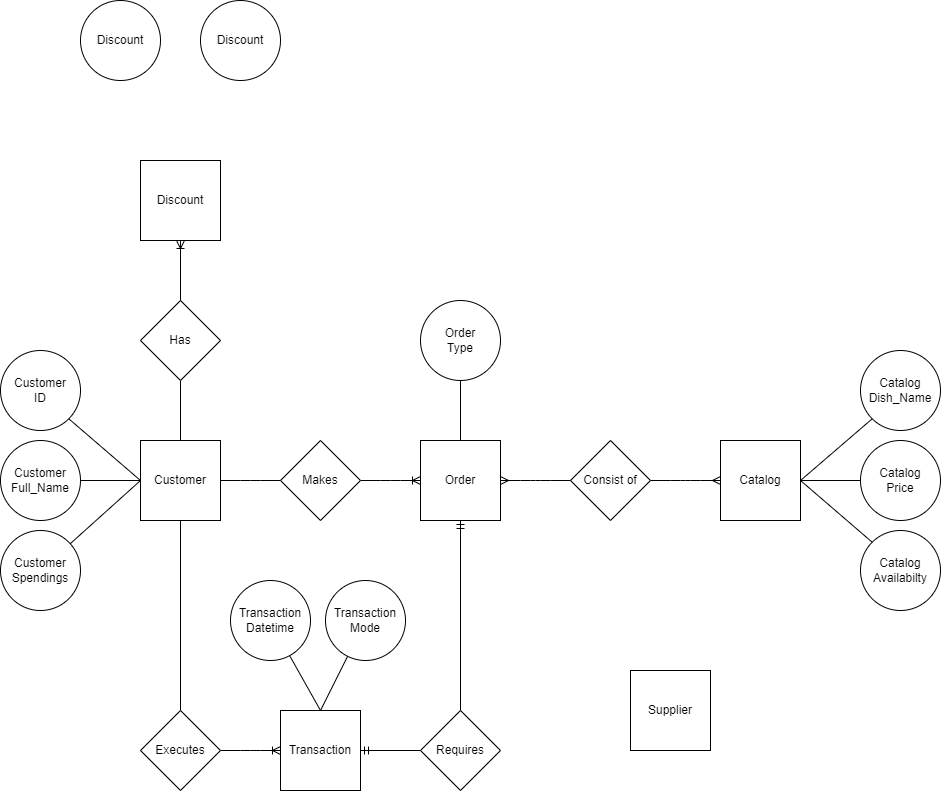
The draw.io diagram diagrams/RestaurantBase_Entity_Diagram.drawio.png in PsimonL/Restaurant-Management-System, before a commit. Source tidied: cells renumbered, new cells last; positions are measured from the earlier drawing's top-left corner, leaving out a move shared by most shapes. The source it was exported from:
```xml
<mxGraphModel background="#ffffff">
  <root>
    <mxCell id="0" />
    <mxCell id="1" parent="0" />
    <mxCell id="2" value="Catalog" style="whiteSpace=wrap;html=1;" parent="1" vertex="1">
      <mxGeometry x="720" y="440" width="80" height="80" as="geometry" />
    </mxCell>
    <mxCell id="3" value="Customer" style="whiteSpace=wrap;html=1;" parent="1" vertex="1">
      <mxGeometry x="140" y="440" width="80" height="80" as="geometry" />
    </mxCell>
    <mxCell id="4" value="Order" style="whiteSpace=wrap;html=1;" parent="1" vertex="1">
      <mxGeometry x="420" y="440" width="80" height="80" as="geometry" />
    </mxCell>
    <mxCell id="5" value="Supplier" style="whiteSpace=wrap;html=1;" parent="1" vertex="1">
      <mxGeometry x="630" y="670" width="80" height="80" as="geometry" />
    </mxCell>
    <mxCell id="6" value="Discount" style="whiteSpace=wrap;html=1;" parent="1" vertex="1">
      <mxGeometry x="140" y="160" width="80" height="80" as="geometry" />
    </mxCell>
    <mxCell id="7" value="Transaction" style="whiteSpace=wrap;html=1;" parent="1" vertex="1">
      <mxGeometry x="280" y="710" width="80" height="80" as="geometry" />
    </mxCell>
    <mxCell id="8" value="Customer&lt;br&gt;ID" style="ellipse;whiteSpace=wrap;html=1;" parent="1" vertex="1">
      <mxGeometry y="350" width="80" height="80" as="geometry" />
    </mxCell>
    <mxCell id="9" value="Customer&lt;br&gt;Full_Name" style="ellipse;whiteSpace=wrap;html=1;" parent="1" vertex="1">
      <mxGeometry y="440" width="80" height="80" as="geometry" />
    </mxCell>
    <mxCell id="10" value="Customer&lt;br&gt;Spendings" style="ellipse;whiteSpace=wrap;html=1;" parent="1" vertex="1">
      <mxGeometry y="530" width="80" height="80" as="geometry" />
    </mxCell>
    <mxCell id="11" style="endArrow=none;html=1;exitX=0;exitY=0.5;exitDx=0;exitDy=0;entryX=1;entryY=1;entryDx=0;entryDy=0;" parent="1" edge="1" source="3" target="8">
      <mxGeometry relative="1" as="geometry" />
    </mxCell>
    <mxCell id="12" style="endArrow=none;html=1;entryX=0;entryY=0.5;entryDx=0;entryDy=0;" parent="1" edge="1" source="10" target="3">
      <mxGeometry relative="1" as="geometry" />
    </mxCell>
    <mxCell id="13" style="endArrow=none;html=1;exitX=0;exitY=0.5;exitDx=0;exitDy=0;entryX=1;entryY=0.5;entryDx=0;entryDy=0;" parent="1" edge="1" source="3" target="9">
      <mxGeometry relative="1" as="geometry" />
    </mxCell>
    <mxCell id="14" value="Order&lt;br&gt;Type" style="ellipse;whiteSpace=wrap;html=1;" parent="1" vertex="1">
      <mxGeometry x="420" y="300" width="80" height="80" as="geometry" />
    </mxCell>
    <mxCell id="15" style="endArrow=none;html=1;entryX=0.5;entryY=1;entryDx=0;entryDy=0;" parent="1" edge="1" source="4" target="14">
      <mxGeometry relative="1" as="geometry" />
    </mxCell>
    <mxCell id="16" style="edgeStyle=orthogonalEdgeStyle;fontSize=12;html=1;endArrow=ERmandOne;startArrow=none;entryX=0.5;entryY=1;entryDx=0;entryDy=0;exitX=0.5;exitY=0;exitDx=0;exitDy=0;" parent="1" edge="1" source="21" target="4">
      <mxGeometry relative="1" as="geometry" />
    </mxCell>
    <mxCell id="17" style="edgeStyle=entityRelationEdgeStyle;fontSize=12;html=1;endArrow=ERoneToMany;entryX=0;entryY=0.5;entryDx=0;entryDy=0;exitX=1;exitY=0.5;exitDx=0;exitDy=0;startArrow=none;" parent="1" edge="1" source="19" target="4">
      <mxGeometry relative="1" as="geometry" />
    </mxCell>
    <mxCell id="18" style="edgeStyle=entityRelationEdgeStyle;fontSize=12;html=1;endArrow=none;entryX=0;entryY=0.5;entryDx=0;entryDy=0;exitX=1;exitY=0.5;exitDx=0;exitDy=0;" parent="1" edge="1" source="3" target="19">
      <mxGeometry relative="1" as="geometry" />
    </mxCell>
    <mxCell id="19" value="Makes" style="rhombus;whiteSpace=wrap;html=1;" parent="1" vertex="1">
      <mxGeometry x="280" y="440" width="80" height="80" as="geometry" />
    </mxCell>
    <mxCell id="20" style="edgeStyle=orthogonalEdgeStyle;fontSize=12;html=1;endArrow=none;startArrow=ERmandOne;entryX=0;entryY=0.5;entryDx=0;entryDy=0;exitX=1;exitY=0.5;exitDx=0;exitDy=0;" parent="1" edge="1" source="7" target="21">
      <mxGeometry relative="1" as="geometry" />
    </mxCell>
    <mxCell id="21" value="Requires" style="rhombus;whiteSpace=wrap;html=1;" parent="1" vertex="1">
      <mxGeometry x="420" y="710" width="80" height="80" as="geometry" />
    </mxCell>
    <mxCell id="22" style="edgeStyle=entityRelationEdgeStyle;fontSize=12;html=1;endArrow=ERoneToMany;exitX=1;exitY=0.5;exitDx=0;exitDy=0;startArrow=none;" parent="1" edge="1" source="24" target="7">
      <mxGeometry relative="1" as="geometry" />
    </mxCell>
    <mxCell id="23" style="edgeStyle=orthogonalEdgeStyle;fontSize=12;html=1;endArrow=none;exitX=0.5;exitY=1;exitDx=0;exitDy=0;entryX=0.5;entryY=0;entryDx=0;entryDy=0;" parent="1" edge="1" source="3" target="24">
      <mxGeometry relative="1" as="geometry" />
    </mxCell>
    <mxCell id="24" value="Executes" style="rhombus;whiteSpace=wrap;html=1;" parent="1" vertex="1">
      <mxGeometry x="140" y="710" width="80" height="80" as="geometry" />
    </mxCell>
    <mxCell id="25" value="Transaction&lt;br&gt;Datetime" style="ellipse;whiteSpace=wrap;html=1;" parent="1" vertex="1">
      <mxGeometry x="230" y="580" width="80" height="80" as="geometry" />
    </mxCell>
    <mxCell id="26" value="Transaction&lt;br&gt;Mode" style="ellipse;whiteSpace=wrap;html=1;" parent="1" vertex="1">
      <mxGeometry x="325" y="580" width="80" height="80" as="geometry" />
    </mxCell>
    <mxCell id="27" style="endArrow=none;html=1;exitX=0.5;exitY=0;exitDx=0;exitDy=0;" parent="1" edge="1" source="7" target="26">
      <mxGeometry relative="1" as="geometry" />
    </mxCell>
    <mxCell id="28" style="endArrow=none;html=1;entryX=0.743;entryY=0.946;entryDx=0;entryDy=0;entryPerimeter=0;" parent="1" edge="1" target="25">
      <mxGeometry relative="1" as="geometry">
        <mxPoint x="320" y="710" as="sourcePoint" />
      </mxGeometry>
    </mxCell>
    <mxCell id="29" value="Catalog&lt;br&gt;Price" style="ellipse;whiteSpace=wrap;html=1;" parent="1" vertex="1">
      <mxGeometry x="860" y="440" width="80" height="80" as="geometry" />
    </mxCell>
    <mxCell id="30" value="Catalog&lt;br&gt;Dish_Name" style="ellipse;whiteSpace=wrap;html=1;" parent="1" vertex="1">
      <mxGeometry x="860" y="350" width="80" height="80" as="geometry" />
    </mxCell>
    <mxCell id="31" value="Catalog&lt;br&gt;Availabilty" style="ellipse;whiteSpace=wrap;html=1;" parent="1" vertex="1">
      <mxGeometry x="860" y="530" width="80" height="80" as="geometry" />
    </mxCell>
    <mxCell id="32" style="endArrow=none;html=1;entryX=0;entryY=1;entryDx=0;entryDy=0;exitX=1;exitY=0.5;exitDx=0;exitDy=0;" parent="1" edge="1" source="2" target="30">
      <mxGeometry relative="1" as="geometry" />
    </mxCell>
    <mxCell id="33" style="endArrow=none;html=1;entryX=0;entryY=0.5;entryDx=0;entryDy=0;exitX=1;exitY=0.5;exitDx=0;exitDy=0;" parent="1" edge="1" source="2" target="29">
      <mxGeometry relative="1" as="geometry" />
    </mxCell>
    <mxCell id="34" style="endArrow=none;html=1;entryX=0;entryY=0;entryDx=0;entryDy=0;exitX=1;exitY=0.5;exitDx=0;exitDy=0;" parent="1" edge="1" source="2" target="31">
      <mxGeometry relative="1" as="geometry" />
    </mxCell>
    <mxCell id="35" style="edgeStyle=entityRelationEdgeStyle;fontSize=12;html=1;endArrow=ERmany;startArrow=none;entryX=0;entryY=0.5;entryDx=0;entryDy=0;exitX=1;exitY=0.5;exitDx=0;exitDy=0;" parent="1" edge="1" source="37" target="2">
      <mxGeometry relative="1" as="geometry" />
    </mxCell>
    <mxCell id="36" style="edgeStyle=entityRelationEdgeStyle;fontSize=12;html=1;endArrow=none;startArrow=ERmany;entryX=0;entryY=0.5;entryDx=0;entryDy=0;exitX=1;exitY=0.5;exitDx=0;exitDy=0;" parent="1" edge="1" source="4" target="37">
      <mxGeometry relative="1" as="geometry" />
    </mxCell>
    <mxCell id="37" value="Consist of" style="rhombus;whiteSpace=wrap;html=1;" parent="1" vertex="1">
      <mxGeometry x="570" y="440" width="80" height="80" as="geometry" />
    </mxCell>
    <mxCell id="38" style="edgeStyle=orthogonalEdgeStyle;fontSize=12;html=1;endArrow=ERoneToMany;exitX=0.5;exitY=0;exitDx=0;exitDy=0;entryX=0.5;entryY=1;entryDx=0;entryDy=0;startArrow=none;" parent="1" edge="1" source="40" target="6">
      <mxGeometry relative="1" as="geometry" />
    </mxCell>
    <mxCell id="39" style="edgeStyle=orthogonalEdgeStyle;fontSize=12;html=1;endArrow=none;exitX=0.5;exitY=0;exitDx=0;exitDy=0;entryX=0.5;entryY=1;entryDx=0;entryDy=0;" parent="1" edge="1" source="3" target="40">
      <mxGeometry relative="1" as="geometry" />
    </mxCell>
    <mxCell id="40" value="Has" style="rhombus;whiteSpace=wrap;html=1;" parent="1" vertex="1">
      <mxGeometry x="140" y="300" width="80" height="80" as="geometry" />
    </mxCell>
    <mxCell id="41" value="Discount" style="ellipse;whiteSpace=wrap;html=1;" parent="1" vertex="1">
      <mxGeometry x="80" width="80" height="80" as="geometry" />
    </mxCell>
    <mxCell id="42" value="Discount" style="ellipse;whiteSpace=wrap;html=1;" parent="1" vertex="1">
      <mxGeometry x="200" width="80" height="80" as="geometry" />
    </mxCell>
  </root>
</mxGraphModel>
```
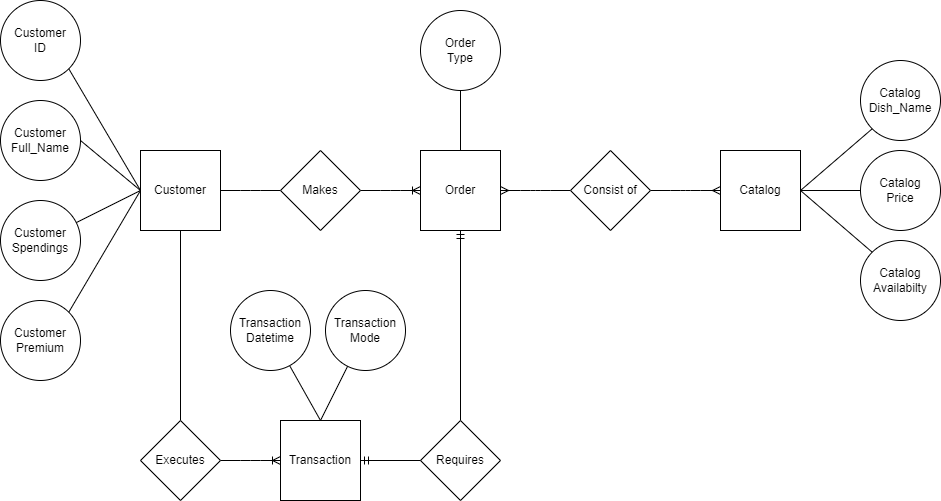
After the change.

Commit message:
Changes in RestaurantBase Diagram

Change to the diagram source:
```diff
@@ -11,23 +11,17 @@
     <mxCell id="4" value="Order" style="whiteSpace=wrap;html=1;" parent="1" vertex="1">
       <mxGeometry x="420" y="440" width="80" height="80" as="geometry" />
     </mxCell>
-    <mxCell id="5" value="Supplier" style="whiteSpace=wrap;html=1;" parent="1" vertex="1">
-      <mxGeometry x="630" y="670" width="80" height="80" as="geometry" />
-    </mxCell>
-    <mxCell id="6" value="Discount" style="whiteSpace=wrap;html=1;" parent="1" vertex="1">
-      <mxGeometry x="140" y="160" width="80" height="80" as="geometry" />
-    </mxCell>
     <mxCell id="7" value="Transaction" style="whiteSpace=wrap;html=1;" parent="1" vertex="1">
       <mxGeometry x="280" y="710" width="80" height="80" as="geometry" />
     </mxCell>
     <mxCell id="8" value="Customer&lt;br&gt;ID" style="ellipse;whiteSpace=wrap;html=1;" parent="1" vertex="1">
-      <mxGeometry y="350" width="80" height="80" as="geometry" />
+      <mxGeometry y="290" width="80" height="80" as="geometry" />
     </mxCell>
     <mxCell id="9" value="Customer&lt;br&gt;Full_Name" style="ellipse;whiteSpace=wrap;html=1;" parent="1" vertex="1">
-      <mxGeometry y="440" width="80" height="80" as="geometry" />
+      <mxGeometry y="390" width="80" height="80" as="geometry" />
     </mxCell>
     <mxCell id="10" value="Customer&lt;br&gt;Spendings" style="ellipse;whiteSpace=wrap;html=1;" parent="1" vertex="1">
-      <mxGeometry y="530" width="80" height="80" as="geometry" />
+      <mxGeometry y="490" width="80" height="80" as="geometry" />
     </mxCell>
     <mxCell id="11" style="endArrow=none;html=1;exitX=0;exitY=0.5;exitDx=0;exitDy=0;entryX=1;entryY=1;entryDx=0;entryDy=0;" parent="1" edge="1" source="3" target="8">
       <mxGeometry relative="1" as="geometry" />
@@ -112,20 +106,11 @@
     <mxCell id="37" value="Consist of" style="rhombus;whiteSpace=wrap;html=1;" parent="1" vertex="1">
       <mxGeometry x="570" y="440" width="80" height="80" as="geometry" />
     </mxCell>
-    <mxCell id="38" style="edgeStyle=orthogonalEdgeStyle;fontSize=12;html=1;endArrow=ERoneToMany;exitX=0.5;exitY=0;exitDx=0;exitDy=0;entryX=0.5;entryY=1;entryDx=0;entryDy=0;startArrow=none;" parent="1" edge="1" source="40" target="6">
-      <mxGeometry relative="1" as="geometry" />
-    </mxCell>
-    <mxCell id="39" style="edgeStyle=orthogonalEdgeStyle;fontSize=12;html=1;endArrow=none;exitX=0.5;exitY=0;exitDx=0;exitDy=0;entryX=0.5;entryY=1;entryDx=0;entryDy=0;" parent="1" edge="1" source="3" target="40">
-      <mxGeometry relative="1" as="geometry" />
-    </mxCell>
-    <mxCell id="40" value="Has" style="rhombus;whiteSpace=wrap;html=1;" parent="1" vertex="1">
-      <mxGeometry x="140" y="300" width="80" height="80" as="geometry" />
-    </mxCell>
-    <mxCell id="41" value="Discount" style="ellipse;whiteSpace=wrap;html=1;" parent="1" vertex="1">
-      <mxGeometry x="80" width="80" height="80" as="geometry" />
-    </mxCell>
-    <mxCell id="42" value="Discount" style="ellipse;whiteSpace=wrap;html=1;" parent="1" vertex="1">
-      <mxGeometry x="200" width="80" height="80" as="geometry" />
+    <mxCell id="42" value="Customer&lt;br&gt;Premium" style="ellipse;whiteSpace=wrap;html=1;" parent="1" vertex="1">
+      <mxGeometry y="590" width="80" height="80" as="geometry" />
     </mxCell>
+    <mxCell id="43" style="endArrow=none;html=1;exitX=1;exitY=0;exitDx=0;exitDy=0;entryX=0;entryY=0.5;entryDx=0;entryDy=0;" parent="1" edge="1" source="42" target="3">
+      <mxGeometry relative="1" as="geometry" />
+    </mxCell>
   </root>
 </mxGraphModel>
```
